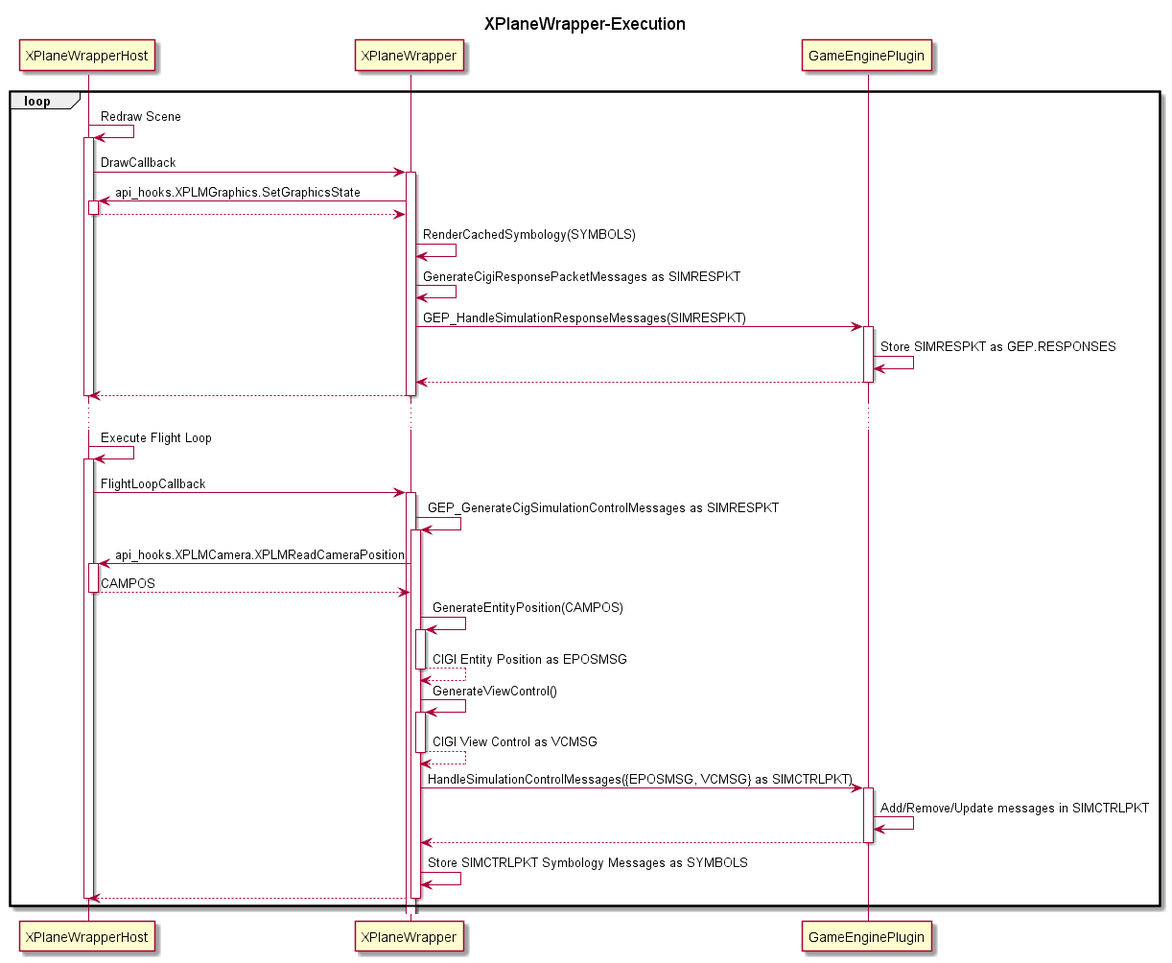
This is GameEnginePlugin/Docs/XPlaneWrapper-Execution.png from stevostj/Sandbox, a PlantUML export, as it was before one commit. Source of this version:
```plantuml
@startuml

title "XPlaneWrapper-Execution"

participant "XPlaneWrapperHost" as XPWH
participant "XPlaneWrapper" as XPW
participant "GameEnginePlugin" as GEP

loop
XPWH -> XPWH: Redraw Scene
activate XPWH

XPWH -> XPW: DrawCallback
activate XPW
XPW -> XPWH: api_hooks.XPLMGraphics.SetGraphicsState
activate XPWH
XPWH --> XPW
deactivate XPWH
XPW -> XPW: RenderCachedSymbology(SYMBOLS)
XPW -> XPW: GenerateCigiResponsePacketMessages as SIMRESPKT
XPW -> GEP: GEP_HandleSimulationResponseMessages(SIMRESPKT)
activate GEP
GEP -> GEP: Store SIMRESPKT as GEP.RESPONSES
GEP --> XPW
deactivate GEP
XPW --> XPWH
deactivate XPW
deactivate XPWH

...

XPWH -> XPWH: Execute Flight Loop
activate XPWH

XPWH -> XPW: FlightLoopCallback
activate XPW
XPW -> XPW: GEP_GenerateCigSimulationControlMessages as SIMRESPKT
activate XPW
XPW -> XPWH: api_hooks.XPLMCamera.XPLMReadCameraPosition
activate XPWH
XPWH --> XPW: CAMPOS
deactivate XPWH
XPW -> XPW: GenerateEntityPosition(CAMPOS)
activate XPW
XPW --> XPW: CIGI Entity Position as EPOSMSG
deactivate XPW
XPW -> XPW: GenerateViewControl()
activate XPW
XPW --> XPW: CIGI View Control as VCMSG
deactivate XPW

XPW -> GEP: HandleSimulationControlMessages({EPOSMSG, VCMSG} as SIMCTRLPKT)
activate GEP
GEP -> GEP: Add/Remove/Update messages in SIMCTRLPKT
GEP --> XPW
deactivate GEP
XPW -> XPW: Store SIMCTRLPKT Symbology Messages as SYMBOLS
XPW --> XPWH
deactivate XPW
deactivate XPWH

end

@enduml
```
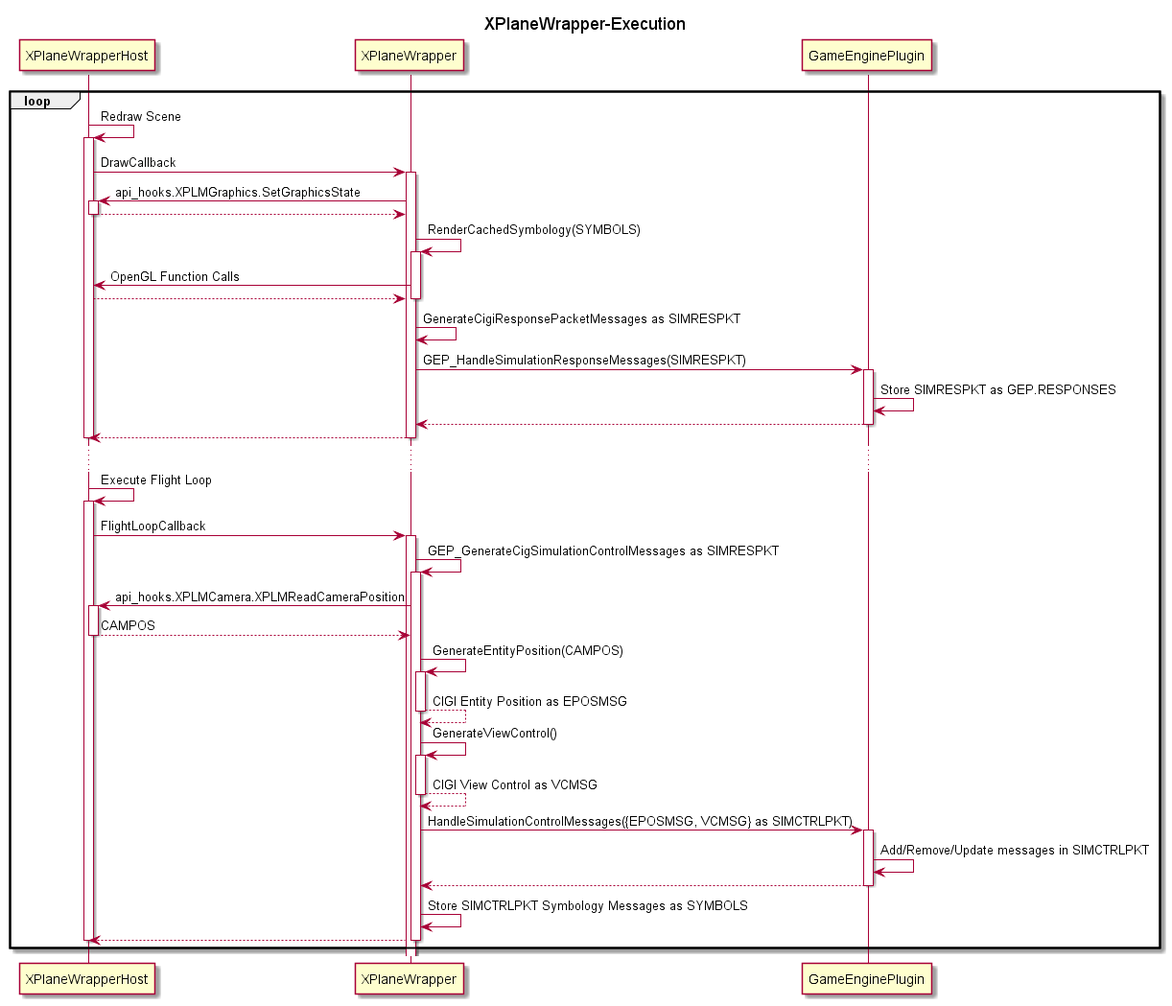
After the change.

Diff of the diagram source:
```diff
@@ -17,6 +17,10 @@
 XPWH --> XPW
 deactivate XPWH
 XPW -> XPW: RenderCachedSymbology(SYMBOLS)
+activate XPW
+XPW -> XPWH: OpenGL Function Calls
+XPWH --> XPW
+deactivate XPW
 XPW -> XPW: GenerateCigiResponsePacketMessages as SIMRESPKT
 XPW -> GEP: GEP_HandleSimulationResponseMessages(SIMRESPKT)
 activate GEP
```
